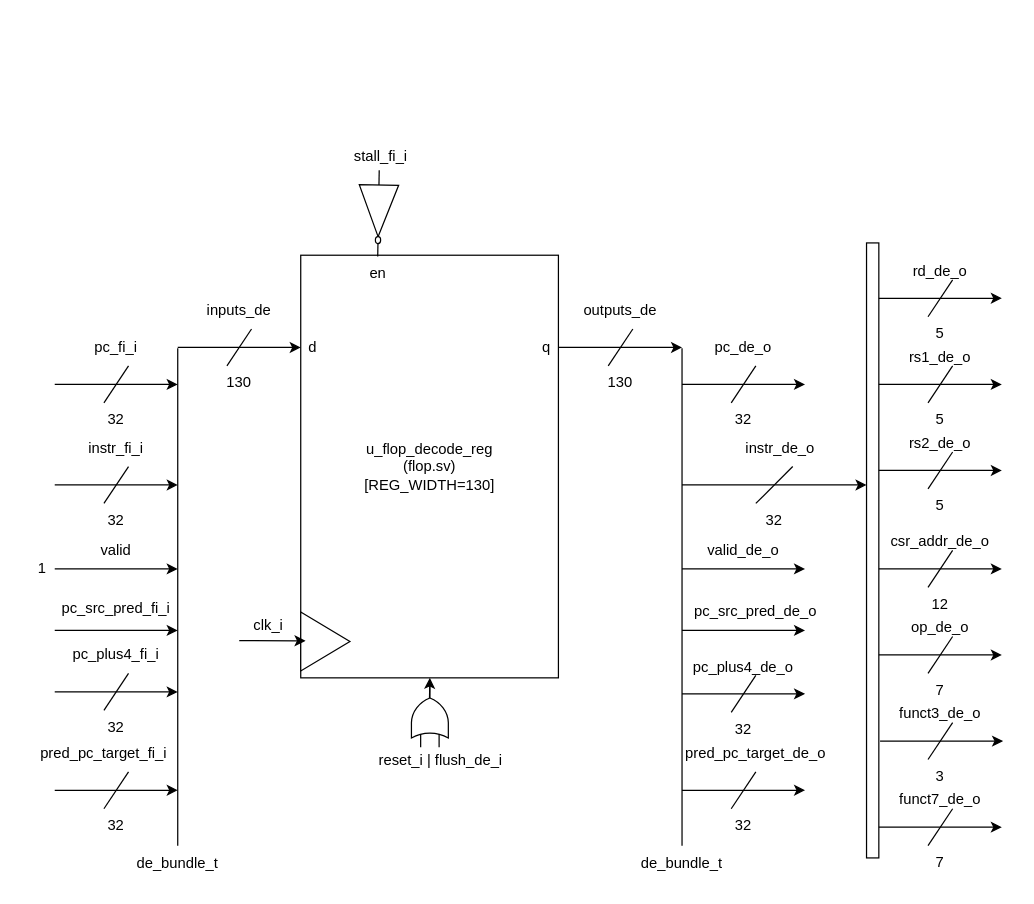
Above: page "decode" (2 of 2) of cpu_top/cpu_core/fetch/fetch.drawio in patrick-adrian/riscv-pipelined-cpu (draw.io), before the change. Source tidied: cells renumbered, new cells numbered last; positions are measured from the earlier drawing's top-left corner, leaving out a move shared by most shapes. Both pictures are drawn from the tidied source at 123%, with x=0, y=0 at pixel (30, 144).
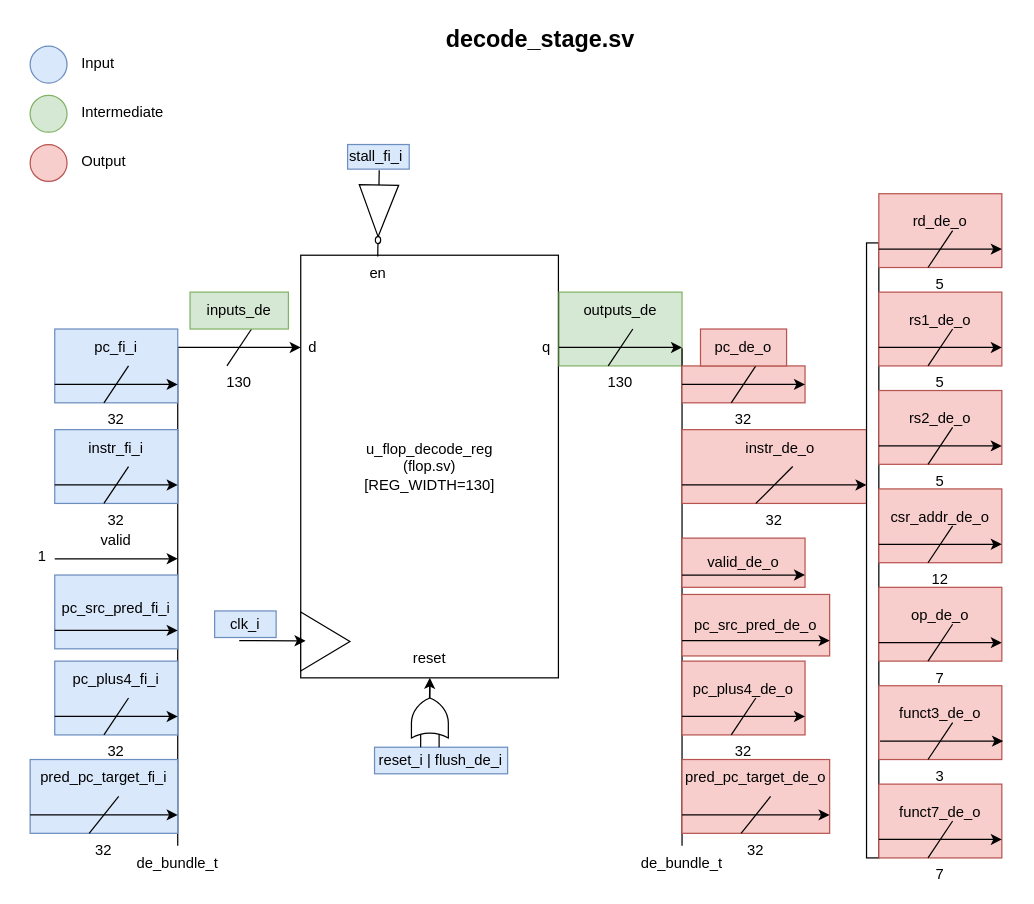
After the change.

The change refers to these unchanged cells:
```xml
<mxCell id="3" style="group;" parent="1" vertex="1">
  <mxGeometry x="120" y="120" width="100" height="60" as="geometry" />
</mxCell>
```

What changed in the source:
```diff
@@
-    <mxCell id="7" value="inputs_de" style="text;html=1;whiteSpace=wrap;strokeColor=none;fillColor=none;align=center;verticalAlign=middle;rounded=0;" parent="3" vertex="1">
-      <mxGeometry x="30" width="40" height="30" as="geometry" />
+    <mxCell id="7" value="inputs_de" style="text;html=1;whiteSpace=wrap;strokeColor=#82b366;fillColor=#d5e8d4;align=center;verticalAlign=middle;rounded=0;" parent="3" vertex="1">
+      <mxGeometry x="10" width="80" height="30" as="geometry" />
     </mxCell>
@@
-    <mxCell id="10" value="clk_i" style="text;html=1;whiteSpace=wrap;strokeColor=none;fillColor=none;align=center;verticalAlign=middle;rounded=0;" parent="1" vertex="1">
-      <mxGeometry x="140" y="380" width="108.2" height="21.6" as="geometry" />
+    <mxCell id="10" value="clk_i" style="text;html=1;whiteSpace=wrap;strokeColor=#6c8ebf;fillColor=#dae8fc;align=center;verticalAlign=middle;rounded=0;" parent="1" vertex="1">
+      <mxGeometry x="150" y="379.2" width="50" height="21.6" as="geometry" />
     </mxCell>
-    <mxCell id="11" value="reset_i | flush_de_i" style="text;html=1;whiteSpace=wrap;strokeColor=none;fillColor=none;align=center;verticalAlign=middle;rounded=0;" parent="1" vertex="1">
+    <mxCell id="11" value="reset_i | flush_de_i" style="text;html=1;whiteSpace=wrap;strokeColor=#6c8ebf;fillColor=#dae8fc;align=center;verticalAlign=middle;rounded=0;" parent="1" vertex="1">
       <mxGeometry x="280" y="490" width="108.2" height="21.6" as="geometry" />
     </mxCell>
-    <mxCell id="12" style="group;" parent="1" vertex="1">
+    <mxCell id="12" style="group;fillColor=#d5e8d4;strokeColor=#82b366;" parent="1" vertex="1">
       <mxGeometry x="430" y="120" width="100" height="60" as="geometry" />
     </mxCell>
@@
-    <mxCell id="19" value="stall_fi_i&amp;nbsp;" style="text;html=1;whiteSpace=wrap;strokeColor=none;fillColor=none;align=center;verticalAlign=middle;rounded=0;" parent="1" vertex="1">
-      <mxGeometry x="262" width="50.1" height="20" as="geometry" />
+    <mxCell id="19" value="stall_fi_i&amp;nbsp;" style="text;html=1;whiteSpace=wrap;strokeColor=#6c8ebf;fillColor=#dae8fc;align=center;verticalAlign=middle;rounded=0;" parent="1" vertex="1">
+      <mxGeometry x="258.1" width="50.1" height="20" as="geometry" />
     </mxCell>
@@
-    <mxCell id="27" style="group;" parent="1" vertex="1">
+    <mxCell id="27" style="group;fillColor=#dae8fc;strokeColor=#6c8ebf;" parent="1" vertex="1">
       <mxGeometry x="20" y="150" width="100" height="60" as="geometry" />
     </mxCell>
@@
-    <mxCell id="32" style="group;" parent="1" vertex="1">
+    <mxCell id="32" style="group;fillColor=#dae8fc;strokeColor=#6c8ebf;" parent="1" vertex="1">
       <mxGeometry x="20" y="231.8" width="100" height="60" as="geometry" />
     </mxCell>
@@
     <mxCell id="37" style="group;" parent="1" vertex="1">
-      <mxGeometry x="20" y="300" width="100" height="60" as="geometry" />
+      <mxGeometry x="20" y="291.8" width="100" height="60" as="geometry" />
     </mxCell>
@@
     <mxCell id="41" value="1" style="text;html=1;whiteSpace=wrap;strokeColor=none;fillColor=none;align=center;verticalAlign=middle;rounded=0;" parent="1" vertex="1">
-      <mxGeometry y="330" width="20" height="30" as="geometry" />
+      <mxGeometry y="320" width="20" height="30" as="geometry" />
     </mxCell>
-    <mxCell id="42" style="group;" parent="1" vertex="1">
+    <mxCell id="42" style="group;fillColor=#dae8fc;strokeColor=#6c8ebf;" parent="1" vertex="1">
       <mxGeometry x="20" y="350" width="100" height="60" as="geometry" />
     </mxCell>
@@
-    <mxCell id="46" style="group;" parent="1" vertex="1">
-      <mxGeometry x="20" y="400" width="100" height="60" as="geometry" />
+    <mxCell id="46" style="group;fillColor=#dae8fc;strokeColor=#6c8ebf;" parent="1" vertex="1">
+      <mxGeometry x="20" y="420" width="100" height="60" as="geometry" />
     </mxCell>
@@
-    <mxCell id="51" style="group;" parent="1" vertex="1">
-      <mxGeometry x="20" y="480" width="100" height="60" as="geometry" />
+    <mxCell id="51" style="group;fillColor=#dae8fc;strokeColor=#6c8ebf;" parent="1" vertex="1">
+      <mxGeometry y="500" width="120" height="60" as="geometry" />
     </mxCell>
     <mxCell id="52" value="&#10;&#10;32" style="group;spacingTop=2;spacingBottom=0;" parent="51" vertex="1">
-      <mxGeometry y="30" width="100" height="30" as="geometry" />
+      <mxGeometry y="30" width="120" height="30" as="geometry" />
     </mxCell>
     <mxCell id="53" style="endArrow=none;html=1;rounded=0;" parent="52" edge="1">
       <mxGeometry relative="1" as="geometry">
-        <mxPoint x="40" y="30" as="sourcePoint" />
-        <mxPoint x="60" as="targetPoint" />
+        <mxPoint x="48" y="30" as="sourcePoint" />
+        <mxPoint x="72" as="targetPoint" />
       </mxGeometry>
     </mxCell>
     <mxCell id="54" style="endArrow=classic;html=1;rounded=0;entryX=0;entryY=0.25;entryDx=0;entryDy=0;" parent="52" edge="1">
       <mxGeometry relative="1" as="geometry">
         <mxPoint y="15" as="sourcePoint" />
-        <mxPoint x="100" y="15" as="targetPoint" />
+        <mxPoint x="120" y="15" as="targetPoint" />
       </mxGeometry>
     </mxCell>
     <mxCell id="55" value="pred_pc_target_fi_i" style="text;html=1;whiteSpace=wrap;strokeColor=none;fillColor=none;align=center;verticalAlign=middle;rounded=0;" parent="51" vertex="1">
-      <mxGeometry x="20" width="40" height="30" as="geometry" />
+      <mxGeometry x="36" width="48" height="30" as="geometry" />
     </mxCell>
@@
-    <mxCell id="58" value="&#10;&#10;32" style="group;spacingTop=2;spacingBottom=0;" parent="1" vertex="1">
+    <mxCell id="58" value="&#10;&#10;32" style="group;spacingTop=2;spacingBottom=0;fillColor=#f8cecc;strokeColor=#b85450;" parent="1" vertex="1">
       <mxGeometry x="530" y="180" width="100" height="30" as="geometry" />
     </mxCell>
@@
-    <mxCell id="61" style="group;" parent="1" vertex="1">
+    <mxCell id="61" style="group;fillColor=#f8cecc;strokeColor=#b85450;" parent="1" vertex="1">
       <mxGeometry x="530" y="231.8" width="150" height="60" as="geometry" />
     </mxCell>
@@
-    <mxCell id="66" style="group;" parent="1" vertex="1">
-      <mxGeometry x="530" y="300" width="100" height="60" as="geometry" />
+    <mxCell id="66" style="group;fillColor=#f8cecc;strokeColor=#b85450;" parent="1" vertex="1">
+      <mxGeometry x="530" y="320" width="100" height="40" as="geometry" />
     </mxCell>
     <mxCell id="67" style="group;spacingTop=2;spacingBottom=0;" parent="66" vertex="1">
-      <mxGeometry y="30" width="100" height="30" as="geometry" />
+      <mxGeometry y="20" width="100" height="20" as="geometry" />
     </mxCell>
     <mxCell id="68" style="endArrow=classic;html=1;rounded=0;entryX=0;entryY=0.25;entryDx=0;entryDy=0;" parent="67" edge="1">
       <mxGeometry relative="1" as="geometry">
-        <mxPoint y="15" as="sourcePoint" />
-        <mxPoint x="100" y="15" as="targetPoint" />
+        <mxPoint y="10" as="sourcePoint" />
+        <mxPoint x="100" y="10" as="targetPoint" />
       </mxGeometry>
     </mxCell>
     <mxCell id="69" value="valid_de_o" style="text;html=1;whiteSpace=wrap;strokeColor=none;fillColor=none;align=center;verticalAlign=middle;rounded=0;" parent="67" vertex="1">
-      <mxGeometry x="30" y="-15" width="40" height="30" as="geometry" />
+      <mxGeometry x="30" y="-10" width="40" height="20" as="geometry" />
     </mxCell>
-    <mxCell id="70" style="group;" parent="1" vertex="1">
-      <mxGeometry x="530" y="350" width="100" height="60" as="geometry" />
+    <mxCell id="70" style="group;fillColor=#f8cecc;strokeColor=#b85450;" parent="1" vertex="1">
+      <mxGeometry x="530" y="365.8" width="120" height="50" as="geometry" />
     </mxCell>
     <mxCell id="71" style="group;spacingTop=2;spacingBottom=0;" parent="70" vertex="1">
-      <mxGeometry y="30" width="100" height="30" as="geometry" />
+      <mxGeometry y="25" width="120" height="25" as="geometry" />
     </mxCell>
     <mxCell id="72" style="endArrow=classic;html=1;rounded=0;entryX=0;entryY=0.25;entryDx=0;entryDy=0;" parent="71" edge="1">
       <mxGeometry relative="1" as="geometry">
-        <mxPoint y="15" as="sourcePoint" />
-        <mxPoint x="100" y="15" as="targetPoint" />
+        <mxPoint y="12.5" as="sourcePoint" />
+        <mxPoint x="120" y="12.5" as="targetPoint" />
       </mxGeometry>
     </mxCell>
-    <mxCell id="73" value="pc_src_pred_de_o" style="text;html=1;whiteSpace=wrap;strokeColor=none;fillColor=none;align=center;verticalAlign=middle;rounded=0;" parent="70" vertex="1">
-      <mxGeometry x="40" y="15" width="40" height="30" as="geometry" />
+    <mxCell id="73" value="pc_src_pred_de_o" style="text;html=1;whiteSpace=wrap;strokeColor=none;fillColor=none;align=center;verticalAlign=middle;rounded=0;" parent="71" vertex="1">
+      <mxGeometry x="36" y="-12.5" width="48" height="25" as="geometry" />
     </mxCell>
-    <mxCell id="74" style="group;" parent="1" vertex="1">
-      <mxGeometry x="530" y="401.6" width="100" height="60" as="geometry" />
+    <mxCell id="74" style="group;fillColor=#f8cecc;strokeColor=#b85450;" parent="1" vertex="1">
+      <mxGeometry x="530" y="420" width="100" height="60" as="geometry" />
     </mxCell>
@@
-    <mxCell id="79" style="group;" parent="1" vertex="1">
-      <mxGeometry x="530" y="480" width="100" height="60" as="geometry" />
+    <mxCell id="79" style="group;fillColor=#f8cecc;strokeColor=#b85450;" parent="1" vertex="1">
+      <mxGeometry x="530" y="500" width="120" height="60" as="geometry" />
     </mxCell>
     <mxCell id="80" value="&#10;&#10;32" style="group;spacingTop=2;spacingBottom=0;" parent="79" vertex="1">
-      <mxGeometry y="30" width="100" height="30" as="geometry" />
+      <mxGeometry y="30" width="120" height="30" as="geometry" />
     </mxCell>
     <mxCell id="81" style="endArrow=none;html=1;rounded=0;" parent="80" edge="1">
       <mxGeometry relative="1" as="geometry">
-        <mxPoint x="40" y="30" as="sourcePoint" />
-        <mxPoint x="60" as="targetPoint" />
+        <mxPoint x="48" y="30" as="sourcePoint" />
+        <mxPoint x="72" as="targetPoint" />
       </mxGeometry>
     </mxCell>
     <mxCell id="82" style="endArrow=classic;html=1;rounded=0;entryX=0;entryY=0.25;entryDx=0;entryDy=0;" parent="80" edge="1">
       <mxGeometry relative="1" as="geometry">
         <mxPoint y="15" as="sourcePoint" />
-        <mxPoint x="100" y="15" as="targetPoint" />
+        <mxPoint x="120" y="15" as="targetPoint" />
       </mxGeometry>
     </mxCell>
     <mxCell id="83" value="pred_pc_target_de_o" style="text;html=1;whiteSpace=wrap;strokeColor=none;fillColor=none;align=center;verticalAlign=middle;rounded=0;" parent="79" vertex="1">
-      <mxGeometry x="40" width="40" height="30" as="geometry" />
+      <mxGeometry x="36" width="48" height="30" as="geometry" />
     </mxCell>
-    <mxCell id="84" value="pc_de_o" style="text;html=1;whiteSpace=wrap;strokeColor=none;fillColor=none;align=center;verticalAlign=middle;rounded=0;" parent="1" vertex="1">
-      <mxGeometry x="560" y="150" width="40" height="30" as="geometry" />
+    <mxCell id="84" value="pc_de_o" style="text;html=1;whiteSpace=wrap;strokeColor=#b85450;fillColor=#f8cecc;align=center;verticalAlign=middle;rounded=0;" parent="1" vertex="1">
+      <mxGeometry x="545" y="150" width="70" height="30" as="geometry" />
     </mxCell>
@@
-    <mxCell id="86" style="group;" parent="1" vertex="1">
-      <mxGeometry x="690" y="80" width="100" height="60" as="geometry" />
+    <mxCell id="86" style="group;fillColor=#f8cecc;strokeColor=#b85450;" parent="1" vertex="1">
+      <mxGeometry x="690" y="40" width="100" height="60" as="geometry" />
     </mxCell>
@@
-    <mxCell id="91" style="group;" parent="1" vertex="1">
-      <mxGeometry x="690" y="150" width="100" height="60" as="geometry" />
+    <mxCell id="91" style="group;fillColor=#f8cecc;strokeColor=#b85450;" parent="1" vertex="1">
+      <mxGeometry x="690" y="120" width="100" height="60" as="geometry" />
     </mxCell>
@@
-    <mxCell id="96" style="group;" parent="1" vertex="1">
-      <mxGeometry x="690" y="220" width="100" height="60" as="geometry" />
+    <mxCell id="96" style="group;fillColor=#f8cecc;strokeColor=#b85450;" parent="1" vertex="1">
+      <mxGeometry x="690" y="200" width="100" height="60" as="geometry" />
     </mxCell>
@@
-    <mxCell id="101" style="group;" parent="1" vertex="1">
-      <mxGeometry x="690" y="300" width="100" height="60" as="geometry" />
+    <mxCell id="101" style="group;fillColor=#f8cecc;strokeColor=#b85450;" parent="1" vertex="1">
+      <mxGeometry x="690" y="280" width="100" height="60" as="geometry" />
     </mxCell>
@@
-    <mxCell id="106" style="group;" parent="1" vertex="1">
-      <mxGeometry x="690" y="370" width="100" height="60" as="geometry" />
+    <mxCell id="106" style="group;fillColor=#f8cecc;strokeColor=#b85450;" parent="1" vertex="1">
+      <mxGeometry x="690" y="360" width="100" height="60" as="geometry" />
     </mxCell>
@@
-    <mxCell id="111" style="group;" parent="1" vertex="1">
+    <mxCell id="111" style="group;fillColor=#f8cecc;strokeColor=#b85450;" parent="1" vertex="1">
       <mxGeometry x="690" y="440" width="100" height="60" as="geometry" />
     </mxCell>
@@
-    <mxCell id="116" style="group;" parent="1" vertex="1">
-      <mxGeometry x="690" y="510" width="100" height="60" as="geometry" />
+    <mxCell id="116" style="group;fillColor=#f8cecc;strokeColor=#b85450;" parent="1" vertex="1">
+      <mxGeometry x="690" y="520" width="100" height="60" as="geometry" />
     </mxCell>
@@
+    <mxCell id="121" style="group;" parent="1" vertex="1">
+      <mxGeometry y="-80" width="110" height="30" as="geometry" />
+    </mxCell>
+    <mxCell id="122" style="ellipse;whiteSpace=wrap;html=1;fillColor=#dae8fc;strokeColor=#6c8ebf;" parent="121" vertex="1">
+      <mxGeometry width="30" height="30" as="geometry" />
+    </mxCell>
+    <mxCell id="123" value="&lt;div style=&quot;text-align: center;&quot;&gt;&lt;span style=&quot;background-color: transparent; color: light-dark(rgb(0, 0, 0), rgb(255, 255, 255));&quot;&gt;Input&lt;/span&gt;&lt;/div&gt;" style="text;whiteSpace=wrap;html=1;" parent="121" vertex="1">
+      <mxGeometry x="40" width="70" height="30" as="geometry" />
+    </mxCell>
+    <mxCell id="124" style="group;" parent="1" vertex="1">
+      <mxGeometry y="-40" width="110" height="30" as="geometry" />
+    </mxCell>
+    <mxCell id="125" style="ellipse;whiteSpace=wrap;html=1;fillColor=#d5e8d4;strokeColor=#82b366;" parent="124" vertex="1">
+      <mxGeometry width="30" height="30" as="geometry" />
+    </mxCell>
+    <mxCell id="126" value="&lt;div style=&quot;text-align: center;&quot;&gt;&lt;span style=&quot;background-color: transparent; color: light-dark(rgb(0, 0, 0), rgb(255, 255, 255));&quot;&gt;Intermediate&lt;/span&gt;&lt;/div&gt;" style="text;whiteSpace=wrap;html=1;" parent="124" vertex="1">
+      <mxGeometry x="40" width="70" height="30" as="geometry" />
+    </mxCell>
+    <mxCell id="127" style="group;" parent="1" vertex="1">
+      <mxGeometry width="110" height="30" as="geometry" />
+    </mxCell>
+    <mxCell id="128" style="ellipse;whiteSpace=wrap;html=1;fillColor=#f8cecc;strokeColor=#b85450;" parent="127" vertex="1">
+      <mxGeometry width="30" height="30" as="geometry" />
+    </mxCell>
+    <mxCell id="129" value="&lt;div style=&quot;text-align: center;&quot;&gt;&lt;span style=&quot;background-color: transparent; color: light-dark(rgb(0, 0, 0), rgb(255, 255, 255));&quot;&gt;Output&lt;/span&gt;&lt;/div&gt;" style="text;whiteSpace=wrap;html=1;" parent="127" vertex="1">
+      <mxGeometry x="40" width="70" height="30" as="geometry" />
+    </mxCell>
+    <mxCell id="130" value="reset" style="text;html=1;whiteSpace=wrap;strokeColor=none;fillColor=none;align=center;verticalAlign=middle;rounded=0;" parent="1" vertex="1">
+      <mxGeometry x="294.8" y="408" width="60.3" height="20" as="geometry" />
+    </mxCell>
+    <mxCell id="131" value="&lt;b&gt;&lt;font style=&quot;font-size: 19px;&quot;&gt;decode_stage.sv&lt;/font&gt;&lt;/b&gt;" style="text;html=1;whiteSpace=wrap;strokeColor=none;fillColor=none;align=center;verticalAlign=middle;rounded=0;" parent="1" vertex="1">
+      <mxGeometry x="350" y="-100" width="130" height="30" as="geometry" />
+    </mxCell>
```
